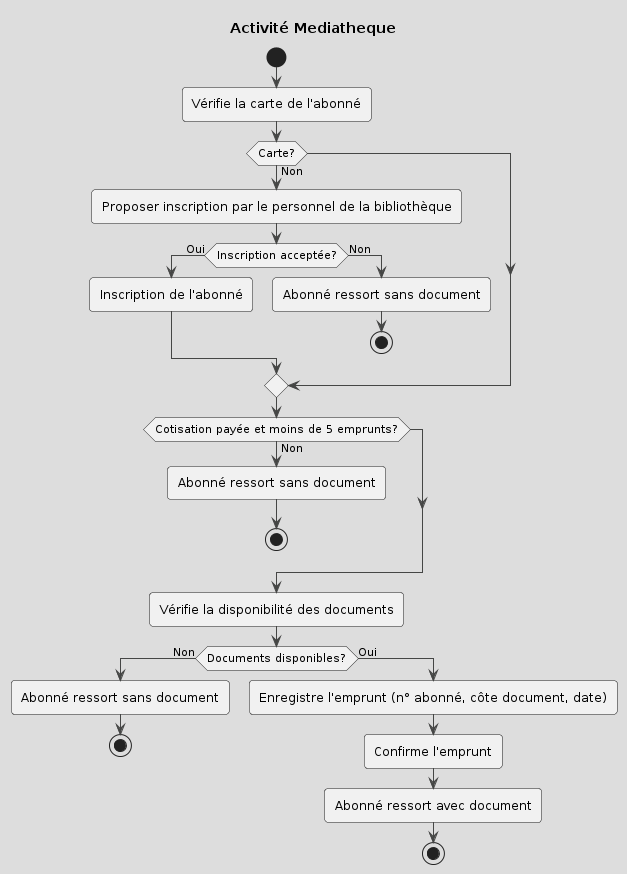
The PlantUML diagram asset/diagramme_activite.png in clemence95/CDA24178, before a commit.
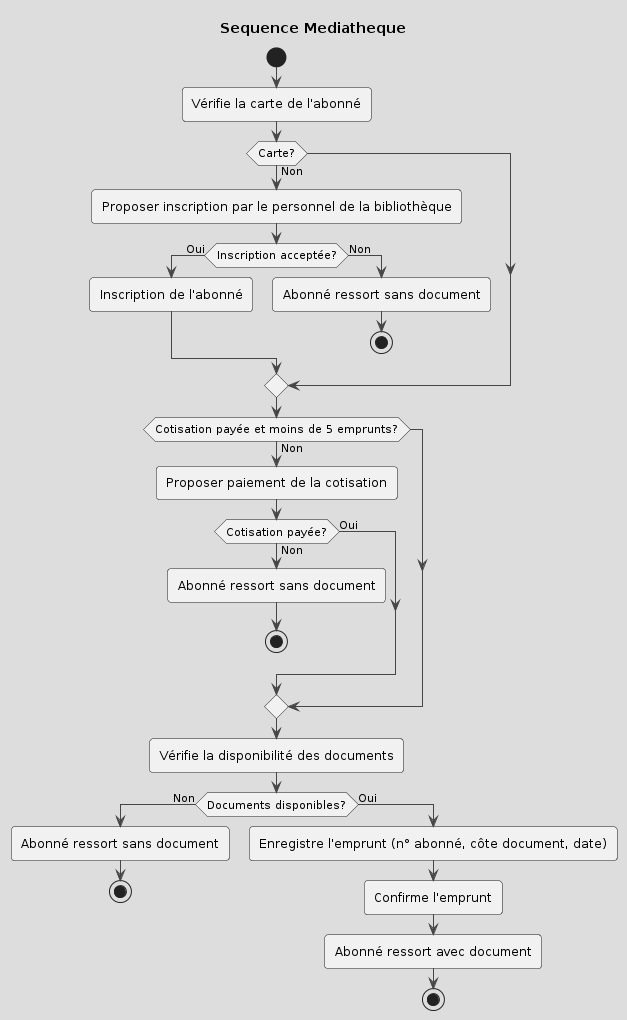
After the commit.

The edit, as a diff of the source:
```diff
@@ -1,6 +1,6 @@
 @startuml
 !theme toy
-title Activité Mediatheque
+title Sequence Mediatheque
 
 start
 
@@ -17,8 +17,12 @@
 endif
 
 if (Cotisation payée et moins de 5 emprunts?) then (Non)
-    :Abonné ressort sans document;
-    stop
+    :Proposer paiement de la cotisation;
+    if (Cotisation payée?) then (Oui)
+    else (Non)
+        :Abonné ressort sans document;
+        stop
+    endif
 endif
 
 :Vérifie la disponibilité des documents;
```
